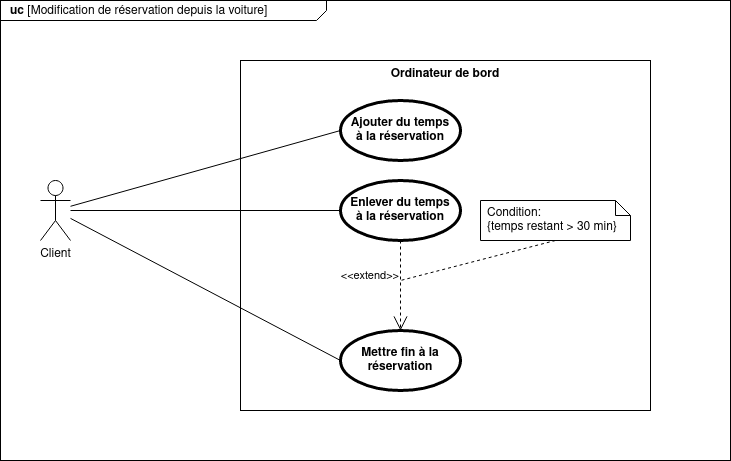
Before: diagrammes/uc-modifier_reservation.png, a diagram exported from draw.io (Dalker/ISI-mobility). Source tidied: cells renumbered, new cells last; positions are measured from the earlier drawing's top-left corner, leaving out a move shared by most shapes.
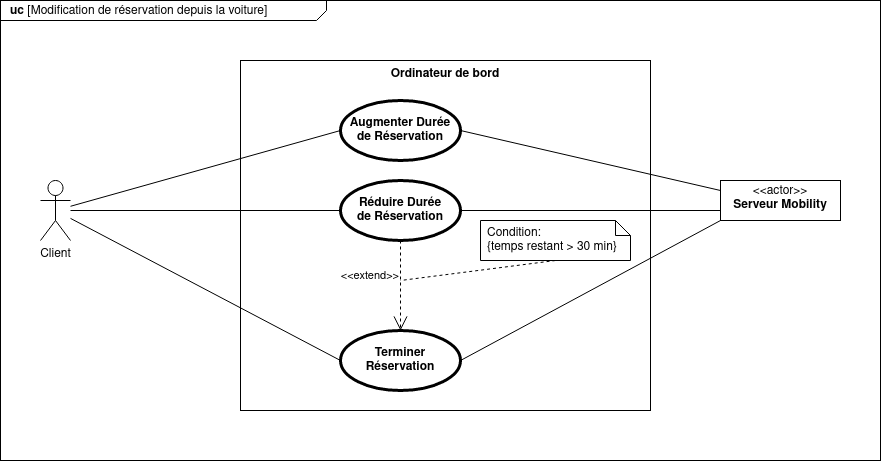
The same diagram one commit later.

Change to the diagram source:
```diff
@@ -3,7 +3,7 @@
     <mxCell id="0" />
     <mxCell id="1" parent="0" />
     <mxCell id="2" value="&lt;p style=&quot;margin: 0px ; margin-top: 4px ; margin-left: 10px ; text-align: left&quot;&gt;&lt;b&gt;uc &lt;/b&gt;[Modification de réservation depuis la voiture]&lt;/p&gt;" style="html=1;shape=mxgraph.sysml.package;xSize=90;align=left;spacingLeft=10;overflow=fill;strokeWidth=1;labelX=326;" parent="1" vertex="1">
-      <mxGeometry width="730" height="460" as="geometry" />
+      <mxGeometry width="880" height="460" as="geometry" />
     </mxCell>
     <mxCell id="3" value="Ordinateur de bord" style="shape=rect;html=1;verticalAlign=top;fontStyle=1;whiteSpace=wrap;align=center;" parent="1" vertex="1">
       <mxGeometry x="240" y="60" width="410" height="350" as="geometry" />
@@ -14,13 +14,13 @@
     <mxCell id="5" style="edgeStyle=none;html=1;endArrow=none;verticalAlign=bottom;entryX=0;entryY=0.5;entryDx=0;entryDy=0;" parent="1" edge="1" source="4" target="6">
       <mxGeometry relative="1" as="geometry" />
     </mxCell>
-    <mxCell id="6" value="&lt;div&gt;Ajouter du temps&lt;/div&gt;&lt;div&gt;à la réservation&lt;br&gt;&lt;/div&gt;" style="shape=ellipse;html=1;strokeWidth=3;fontStyle=1;whiteSpace=wrap;align=center;perimeter=ellipsePerimeter;" parent="1" vertex="1">
+    <mxCell id="6" value="&lt;div&gt;Augmenter Durée&lt;br&gt;&lt;/div&gt;&lt;div&gt;de Réservation&lt;br&gt;&lt;/div&gt;" style="shape=ellipse;html=1;strokeWidth=3;fontStyle=1;whiteSpace=wrap;align=center;perimeter=ellipsePerimeter;" parent="1" vertex="1">
       <mxGeometry x="340" y="100" width="120" height="60" as="geometry" />
     </mxCell>
-    <mxCell id="7" value="&lt;div&gt;Enlever du temps&lt;/div&gt;&lt;div&gt;à la réservation&lt;br&gt;&lt;/div&gt;" style="shape=ellipse;html=1;strokeWidth=3;fontStyle=1;whiteSpace=wrap;align=center;perimeter=ellipsePerimeter;" parent="1" vertex="1">
+    <mxCell id="7" value="&lt;div&gt;Réduire Durée&lt;/div&gt;&lt;div&gt;de Réservation&lt;br&gt;&lt;/div&gt;" style="shape=ellipse;html=1;strokeWidth=3;fontStyle=1;whiteSpace=wrap;align=center;perimeter=ellipsePerimeter;" parent="1" vertex="1">
       <mxGeometry x="340" y="180" width="120" height="60" as="geometry" />
     </mxCell>
-    <mxCell id="8" value="&lt;div&gt;Mettre fin à la&lt;/div&gt;&lt;div&gt;réservation&lt;br&gt;&lt;/div&gt;" style="shape=ellipse;html=1;strokeWidth=3;fontStyle=1;whiteSpace=wrap;align=center;perimeter=ellipsePerimeter;" parent="1" vertex="1">
+    <mxCell id="8" value="&lt;div&gt;Terminer&lt;/div&gt;&lt;div&gt;Réservation&lt;br&gt;&lt;/div&gt;" style="shape=ellipse;html=1;strokeWidth=3;fontStyle=1;whiteSpace=wrap;align=center;perimeter=ellipsePerimeter;" parent="1" vertex="1">
       <mxGeometry x="340" y="330" width="120" height="60" as="geometry" />
     </mxCell>
     <mxCell id="9" style="edgeStyle=none;html=1;endArrow=none;verticalAlign=bottom;entryX=0;entryY=0.5;entryDx=0;entryDy=0;" parent="1" edge="1" source="4" target="7">
@@ -30,7 +30,7 @@
       <mxGeometry relative="1" as="geometry" />
     </mxCell>
     <mxCell id="11" value="Condition: &#10;{temps restant &gt; 30 min}" style="shape=note;size=15;spacingLeft=5;align=left;whiteSpace=wrap;" parent="1" vertex="1">
-      <mxGeometry x="480" y="200" width="150" height="40" as="geometry" />
+      <mxGeometry x="480" y="220" width="150" height="40" as="geometry" />
     </mxCell>
     <mxCell id="12" value="&amp;lt;&amp;lt;extend&amp;gt;&amp;gt;" style="align=right;html=1;verticalAlign=bottom;rounded=0;labelBackgroundColor=none;endArrow=open;endSize=12;dashed=1;entryX=0.5;entryY=0;entryDx=0;entryDy=0;" parent="1" edge="1" target="8">
       <mxGeometry relative="1" as="geometry">
@@ -42,5 +42,17 @@
         <mxPoint x="400" y="280" as="targetPoint" />
       </mxGeometry>
     </mxCell>
+    <mxCell id="14" value="&lt;p style=&quot;margin: 0px ; margin-top: 4px ; text-align: center&quot;&gt;&amp;lt;&amp;lt;actor&amp;gt;&amp;gt;&lt;br&gt;&lt;b&gt;Serveur Mobility&lt;/b&gt;&lt;/p&gt;" style="shape=rect;html=1;overflow=fill;html=1;whiteSpace=wrap;align=center;" parent="1" vertex="1">
+      <mxGeometry x="720" y="180" width="120" height="40" as="geometry" />
+    </mxCell>
+    <mxCell id="15" style="edgeStyle=none;html=1;endArrow=none;verticalAlign=bottom;entryX=0;entryY=0.25;entryDx=0;entryDy=0;exitX=1;exitY=0.5;exitDx=0;exitDy=0;" parent="1" edge="1" source="6" target="14">
+      <mxGeometry relative="1" as="geometry" />
+    </mxCell>
+    <mxCell id="16" style="edgeStyle=none;html=1;endArrow=none;verticalAlign=bottom;exitX=1;exitY=0.5;exitDx=0;exitDy=0;entryX=0;entryY=0.75;entryDx=0;entryDy=0;" parent="1" edge="1" source="7" target="14">
+      <mxGeometry relative="1" as="geometry" />
+    </mxCell>
+    <mxCell id="17" style="edgeStyle=none;html=1;endArrow=none;verticalAlign=bottom;entryX=0;entryY=1;entryDx=0;entryDy=0;exitX=1;exitY=0.5;exitDx=0;exitDy=0;" parent="1" edge="1" source="8" target="14">
+      <mxGeometry relative="1" as="geometry" />
+    </mxCell>
   </root>
 </mxGraphModel>
```
